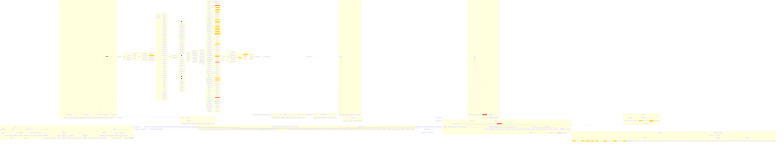
wronai/code2flow keeps this Mermaid diagram as project/flow.png. Above is the earlier version. Its source is kept beside it as project/flow.mmd.
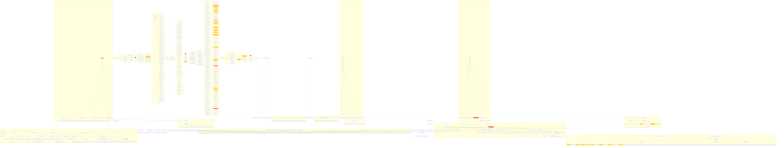
Later version of the same file.

The edit, as a diff of the source:
```diff
@@ -72,6 +72,7 @@
         code2llm___get_function_data_types("_get_function_data_types CC=14")
         code2llm___identify_process_patterns("_identify_process_patterns CC=9")
         code2llm___analyze_optimization_opportunities("_analyze_optimization_opportunities CC=14")
+        code2llm__analysis____getattr__["__getattr__"]
         code2llm__to_dict["to_dict"]
         code2llm____init__["__init__"]
         code2llm__detect["detect"]
@@ -86,7 +87,11 @@
         code2llm___get_entry_type["_get_entry_type"]
         code2llm___get_exit_type["_get_exit_type"]
         code2llm___resolve_callee{{_resolve_callee CC=18}}
-        code2llm__analysis____getattr__["__getattr__"]
+        code2llm____init__["__init__"]
+        code2llm__analyze["analyze"]
+        code2llm___analyze_module_interactions["_analyze_module_interactions"]
+        code2llm___detect_data_leakage["_detect_data_leakage"]
+        code2llm___detect_shared_state["_detect_shared_state"]
         code2llm____init__["__init__"]
         code2llm__enrich_function["enrich_function"]
         code2llm__get_arg_types["get_arg_types"]
@@ -105,11 +110,6 @@
         code2llm___ann_tuple["_ann_tuple"]
         code2llm___ann_binop["_ann_binop"]
         code2llm___infer_from_name{{_infer_from_name CC=17}}
-        code2llm____init__["__init__"]
-        code2llm__analyze["analyze"]
-        code2llm___analyze_module_interactions["_analyze_module_interactions"]
-        code2llm___detect_data_leakage["_detect_data_leakage"]
-        code2llm___detect_shared_state["_detect_shared_state"]
         code2llm____init__["__init__"]
         code2llm__to_dict["to_dict"]
         code2llm____init__["__init__"]
@@ -262,13 +262,6 @@
         code2llm___file_line_count["_file_line_count"]
         code2llm___count_total_lines["_count_total_lines"]
         code2llm___detect_languages["_detect_languages"]
-        code2llm____init__["__init__"]
-        code2llm__export["export"]
-        code2llm__export_grouped("export_grouped CC=8")
-        code2llm__export_data_flow["export_data_flow"]
-        code2llm__export_data_structures["export_data_structures"]
-        code2llm__export_separated["export_separated"]
-        code2llm__export_split["export_split"]
         code2llm__export["export"]
         code2llm___render_subgraphs["_render_subgraphs"]
         code2llm___render_edges("_render_edges CC=8")
@@ -281,14 +274,13 @@
         code2llm___module_of["_module_of"]
         code2llm___resolve["_resolve"]
         code2llm___write["_write"]
-        code2llm__generate["generate"]
-        code2llm___render["_render"]
-        code2llm___render_overview["_render_overview"]
-        code2llm___render_architecture("_render_architecture CC=9")
-        code2llm___render_exports("_render_exports CC=11")
-        code2llm___render_hotspots["_render_hotspots"]
-        code2llm___render_refactoring["_render_refactoring"]
-        code2llm___render_guidelines["_render_guidelines"]
+        code2llm____init__["__init__"]
+        code2llm__export["export"]
+        code2llm__export_grouped("export_grouped CC=8")
+        code2llm__export_data_flow["export_data_flow"]
+        code2llm__export_data_structures["export_data_structures"]
+        code2llm__export_separated["export_separated"]
+        code2llm__export_split["export_split"]
         code2llm__export["export"]
         code2llm___build_project_yaml("_build_project_yaml CC=12")
         code2llm___build_health["_build_health"]
@@ -299,6 +291,14 @@
         code2llm___compute_module_entry["_compute_module_entry"]
         code2llm___compute_inbound_deps["_compute_inbound_deps"]
         code2llm___build_exports["_build_exports"]
+        code2llm___build_class_export("_build_class_export CC=11")
+        code2llm___build_function_exports["_build_function_exports"]
+        code2llm___build_hotspots["_build_hotspots"]
+        code2llm___hotspot_note["_hotspot_note"]
+        code2llm___build_refactoring("_build_refactoring CC=13")
+        code2llm___build_evolution["_build_evolution"]
+        code2llm___load_previous_evolution["_load_previous_evolution"]
+        code2llm__generate["generate"]
     end
     subgraph code2llm_generators
         code2llm__generators__llm_task___strip_bom["_strip_bom"]
@@ -316,6 +316,22 @@
         code2llm__generators__llm_task__dump_yaml["dump_yaml"]
         code2llm__generators__llm_task__create_parser["create_parser"]
         code2llm__generators__llm_task__main["main"]
+        code2llm__validate_mermaid_file["validate_mermaid_file"]
+        code2llm___strip_label_segments["_strip_label_segments"]
+        code2llm___is_balanced_node_line["_is_balanced_node_line"]
+        code2llm___check_bracket_balance["_check_bracket_balance"]
+        code2llm__generators__mermaid___scan_brackets("_scan_brackets CC=10")
+        code2llm__generators__mermaid___check_node_ids("_check_node_ids CC=12")
+        code2llm___sanitize_label_text["_sanitize_label_text"]
+        code2llm__generators__mermaid___sanitize_node_id["_sanitize_node_id"]
+        code2llm__generators__mermaid__fix_mermaid_file["fix_mermaid_file"]
+        code2llm__generators__mermaid___fix_edge_line["_fix_edge_line"]
+        code2llm___fix_edge_label_pipes("_fix_edge_label_pipes CC=8")
+        code2llm__generators__mermaid___fix_subgraph_line["_fix_subgraph_line"]
+        code2llm__generators__mermaid___fix_class_line["_fix_class_line"]
+        code2llm__generators__mermaid__generate_pngs["generate_pngs"]
+        code2llm__generators__mermaid__generate_single_png("generate_single_png CC=13")
+        code2llm__generate_with_puppeteer["generate_with_puppeteer"]
         code2llm__generators__llm_flow___strip_bom["_strip_bom"]
         code2llm__generators__llm_flow___safe_read_yaml["_safe_read_yaml"]
         code2llm__generators__llm_flow___as_dict["_as_dict"]
@@ -340,22 +356,6 @@
         code2llm__generators__llm_flow__dump_yaml["dump_yaml"]
         code2llm__generators__llm_flow__create_parser["create_parser"]
         code2llm__generators__llm_flow__main["main"]
-        code2llm__validate_mermaid_file["validate_mermaid_file"]
-        code2llm___strip_label_segments["_strip_label_segments"]
-        code2llm___is_balanced_node_line["_is_balanced_node_line"]
-        code2llm___check_bracket_balance["_check_bracket_balance"]
-        code2llm__generators__mermaid___scan_brackets("_scan_brackets CC=10")
-        code2llm__generators__mermaid___check_node_ids("_check_node_ids CC=12")
-        code2llm___sanitize_label_text["_sanitize_label_text"]
-        code2llm__generators__mermaid___sanitize_node_id["_sanitize_node_id"]
-        code2llm__generators__mermaid__fix_mermaid_file["fix_mermaid_file"]
-        code2llm__generators__mermaid___fix_edge_line["_fix_edge_line"]
-        code2llm___fix_edge_label_pipes("_fix_edge_label_pipes CC=8")
-        code2llm__generators__mermaid___fix_subgraph_line["_fix_subgraph_line"]
-        code2llm__generators__mermaid___fix_class_line["_fix_class_line"]
-        code2llm__generators__mermaid__generate_pngs["generate_pngs"]
-        code2llm__generators__mermaid__generate_single_png("generate_single_png CC=13")
-        code2llm__generate_with_puppeteer["generate_with_puppeteer"]
     end
     subgraph code2llm_nlp
         code2llm__nlp__config__NLPConfig__from_yaml["from_yaml"]
@@ -375,6 +375,19 @@
         code2llm__step_2c_keyword_match["step_2c_keyword_match"]
         code2llm__step_2d_context_score["step_2d_context_score"]
         code2llm__step_2e_resolve_intents["step_2e_resolve_intents"]
+        code2llm____init__["__init__"]
+        code2llm__normalize["normalize"]
+        code2llm___unicode_normalize["_unicode_normalize"]
+        code2llm___lowercase["_lowercase"]
+        code2llm___remove_punctuation["_remove_punctuation"]
+        code2llm___normalize_whitespace["_normalize_whitespace"]
+        code2llm___remove_stopwords["_remove_stopwords"]
+        code2llm___tokenize["_tokenize"]
+        code2llm__step_1a_lowercase["step_1a_lowercase"]
+        code2llm__step_1b_remove_punctuation["step_1b_remove_punctuation"]
+        code2llm__step_1c_normalize_whitespace["step_1c_normalize_whitespace"]
+        code2llm__step_1d_unicode_normalize["step_1d_unicode_normalize"]
+        code2llm__step_1e_remove_stopwords["step_1e_remove_stopwords"]
         code2llm__get_by_type["get_by_type"]
         code2llm__get_best_match["get_best_match"]
         code2llm____init__["__init__"]
@@ -391,19 +404,6 @@
         code2llm__step_3c_disambiguate["step_3c_disambiguate"]
         code2llm__step_3d_hierarchical_resolve["step_3d_hierarchical_resolve"]
         code2llm__step_3e_alias_resolve["step_3e_alias_resolve"]
-        code2llm____init__["__init__"]
-        code2llm__normalize["normalize"]
-        code2llm___unicode_normalize["_unicode_normalize"]
-        code2llm___lowercase["_lowercase"]
-        code2llm___remove_punctuation["_remove_punctuation"]
-        code2llm___normalize_whitespace["_normalize_whitespace"]
-        code2llm___remove_stopwords["_remove_stopwords"]
-        code2llm___tokenize["_tokenize"]
-        code2llm__step_1a_lowercase["step_1a_lowercase"]
-        code2llm__step_1b_remove_punctuation["step_1b_remove_punctuation"]
-        code2llm__step_1c_normalize_whitespace["step_1c_normalize_whitespace"]
-        code2llm__step_1d_unicode_normalize["step_1d_unicode_normalize"]
-        code2llm__step_1e_remove_stopwords["step_1e_remove_stopwords"]
         code2llm__is_successful["is_successful"]
         code2llm__get_intent["get_intent"]
         code2llm__get_entities["get_entities"]
@@ -532,6 +532,11 @@
         examples___get_user_info["_get_user_info"]
         examples___health_check["_health_check"]
         examples__format_response["format_response"]
+        examples__validate_input["validate_input"]
+        examples__format_output["format_output"]
+        examples__calculate_metrics["calculate_metrics"]
+        examples__filter_data["filter_data"]
+        examples__transform_data["transform_data"]
         examples__demo_quick_strategy["demo_quick_strategy"]
         examples__demo_standard_strategy["demo_standard_strategy"]
         examples__demo_deep_strategy["demo_deep_strategy"]
@@ -539,11 +544,6 @@
         examples__demo_memory_limited["demo_memory_limited"]
         examples__demo_custom_progress["demo_custom_progress"]
         examples__streaming_analyzer__demo__main["main"]
-        examples__validate_input["validate_input"]
-        examples__format_output["format_output"]
-        examples__calculate_metrics["calculate_metrics"]
-        examples__filter_data["filter_data"]
-        examples__transform_data["transform_data"]
         examples____init__["__init__"]
         examples___load_data["_load_data"]
         examples___save_data["_save_data"]
@@ -607,14 +607,6 @@
         validate_toon__validate_toon_completeness["validate_toon_completeness"]
         validate_toon__main{{main CC=17}}
     end
-    benchmarks__benchmark_evolution__run_benchmark --> benchmarks__benchmark_evolution__load_previous
-    benchmarks__benchmark_evolution__run_benchmark --> benchmarks__benchmark_evolution__save_current
-    benchmarks__reporting__print_results --> benchmarks__reporting___print_header
-    benchmarks__reporting__print_results --> benchmarks__reporting___print_scores_table
-    benchmarks__reporting__print_results --> benchmarks__reporting___print_problems_detail
-    benchmarks__reporting__print_results --> benchmarks__reporting___print_pipelines_detail
-    benchmarks__reporting__print_results --> benchmarks__reporting___print_structural_features
-    benchmarks__reporting__print_results --> benchmarks__reporting___print_gap_analysis
     validate_toon__load_file --> code2llm__parsers__toon_parser__is_toon_file
     validate_toon__load_file --> validate_toon__load_yaml
     validate_toon__load_file --> code2llm__parsers__toon_parser__load_toon
@@ -627,10 +619,21 @@
     validate_toon__compare_modules --> validate_toon__extract_modules_from_toon
     validate_toon__main --> validate_toon__load_file
     validate_toon__main --> validate_toon__validate_toon_completeness
-    benchmarks__format_evaluator__evaluate_format --> benchmarks__format_evaluator___detect_problems
-    benchmarks__format_evaluator__evaluate_format --> benchmarks__format_evaluator___detect_pipelines
-    benchmarks__format_evaluator__evaluate_format --> benchmarks__format_evaluator___detect_hub_types
-    benchmarks__format_evaluator__evaluate_format --> benchmarks___check_structural_features
+    benchmarks__benchmark_evolution__run_benchmark --> benchmarks__benchmark_evolution__load_previous
+    benchmarks__benchmark_evolution__run_benchmark --> benchmarks__benchmark_evolution__save_current
+    benchmarks__reporting__print_results --> benchmarks__reporting___print_header
+    benchmarks__reporting__print_results --> benchmarks__reporting___print_scores_table
+    benchmarks__reporting__print_results --> benchmarks__reporting___print_problems_detail
+    benchmarks__reporting__print_results --> benchmarks__reporting___print_pipelines_detail
+    benchmarks__reporting__print_results --> benchmarks__reporting___print_structural_features
+    benchmarks__reporting__print_results --> benchmarks__reporting___print_gap_analysis
+    benchmarks___generate_format_outputs --> benchmarks__format_evaluator__evaluate_format
+    benchmarks__run_benchmark --> benchmarks___print_benchmark_header
+    benchmarks__run_benchmark --> benchmarks__create_ground_truth_project
+    benchmarks__run_benchmark --> benchmarks___print_ground_truth_info
+    benchmarks__run_benchmark --> benchmarks__reporting__print_results
+    benchmarks__run_benchmark --> benchmarks__reporting__build_report
+    benchmarks__run_benchmark --> benchmarks___generate_format_outputs
     benchmarks__create_ground_truth_project --> benchmarks__project_generator__create_core_py
     benchmarks__create_ground_truth_project --> benchmarks__project_generator__create_etl_py
     benchmarks__create_ground_truth_project --> benchmarks__create_validation_py
@@ -648,6 +651,10 @@
     scripts__bump_version__main --> scripts__bump_version__bump_version
     scripts__bump_version__main --> scripts__bump_version__update_pyproject_toml
     scripts__bump_version__main --> scripts__bump_version__update_version_file
+    benchmarks__format_evaluator__evaluate_format --> benchmarks__format_evaluator___detect_problems
+    benchmarks__format_evaluator__evaluate_format --> benchmarks__format_evaluator___detect_pipelines
+    benchmarks__format_evaluator__evaluate_format --> benchmarks__format_evaluator___detect_hub_types
+    benchmarks__format_evaluator__evaluate_format --> benchmarks___check_structural_features
     code2llm__cli_analysis___run_analysis --> code2llm__cli_analysis___run_standard_analysis
     code2llm__cli_analysis___run_analysis --> code2llm__cli_analysis___run_chunked_analysis
     code2llm__cli_analysis___run_analysis --> code2llm__core__large_repo__should_use_chunking
@@ -671,13 +678,6 @@
     code2llm__cli__main --> code2llm__cli_analysis___run_analysis
     code2llm__cli__main --> code2llm__cli_exports__orchestrator___run_exports
     code2llm__cli__main --> code2llm__cli___validate_chunked_output
-    benchmarks___generate_format_outputs --> benchmarks__format_evaluator__evaluate_format
-    benchmarks__run_benchmark --> benchmarks___print_benchmark_header
-    benchmarks__run_benchmark --> benchmarks__create_ground_truth_project
-    benchmarks__run_benchmark --> benchmarks___print_ground_truth_info
-    benchmarks__run_benchmark --> benchmarks__reporting__print_results
-    benchmarks__run_benchmark --> benchmarks__reporting__build_report
-    benchmarks__run_benchmark --> benchmarks___generate_format_outputs
     benchmarks__benchmark_performance__main --> benchmarks__create_test_project
     benchmarks__benchmark_performance__main --> benchmarks__benchmark_original_analyzer
     benchmarks__benchmark_performance__main --> benchmarks__benchmark_streaming_analyzer
@@ -719,6 +719,22 @@
     code2llm__generators__llm_task__main --> code2llm__generators__llm_task__normalize_llm_task
     code2llm__generators__llm_task__main --> code2llm__generators__llm_task__dump_yaml
     code2llm__generators__llm_task__main --> code2llm__generators__llm_task__create_parser
+    code2llm__validate_mermaid_file --> code2llm___check_bracket_balance
+    code2llm__validate_mermaid_file --> code2llm__generators__mermaid___check_node_ids
+    code2llm___check_bracket_balance --> code2llm___is_balanced_node_line
+    code2llm___check_bracket_balance --> code2llm___strip_label_segments
+    code2llm___check_bracket_balance --> code2llm__generators__mermaid___scan_brackets
+    code2llm__generators__mermaid___check_node_ids --> code2llm___is_balanced_node_line
+    code2llm__generators__mermaid__fix_mermaid_file --> code2llm__generators__mermaid___fix_edge_line
+    code2llm__generators__mermaid__fix_mermaid_file --> code2llm__generators__mermaid___fix_subgraph_line
+    code2llm__generators__mermaid__fix_mermaid_file --> code2llm__generators__mermaid___fix_class_line
+    code2llm__generators__mermaid___fix_edge_line --> code2llm___fix_edge_label_pipes
+    code2llm__generators__mermaid___fix_edge_line --> code2llm___sanitize_label_text
+    code2llm__generators__mermaid___fix_edge_line --> code2llm__generators__mermaid___sanitize_node_id
+    code2llm__generators__mermaid__generate_pngs --> code2llm__validate_mermaid_file
+    code2llm__generators__mermaid__generate_pngs --> code2llm__generators__mermaid__generate_single_png
+    code2llm__generators__mermaid__generate_pngs --> code2llm__generators__mermaid__fix_mermaid_file
+    code2llm__generators__mermaid__generate_single_png --> code2llm__generate_with_puppeteer
     code2llm___export_code2logic --> code2llm___check_code2logic_installed
     code2llm___export_code2logic --> code2llm___build_code2logic_cmd
     code2llm___export_code2logic --> code2llm__cli_exports__code2logic___run_code2logic
@@ -745,22 +761,6 @@
     code2llm__generators__llm_flow__main --> code2llm__generators__llm_flow__generate_llm_flow
     code2llm__generators__llm_flow__main --> code2llm__generators__llm_flow__dump_yaml
     code2llm__generators__llm_flow__main --> code2llm__generators__llm_flow__create_parser
-    code2llm__validate_mermaid_file --> code2llm___check_bracket_balance
-    code2llm__validate_mermaid_file --> code2llm__generators__mermaid___check_node_ids
-    code2llm___check_bracket_balance --> code2llm___is_balanced_node_line
-    code2llm___check_bracket_balance --> code2llm___strip_label_segments
-    code2llm___check_bracket_balance --> code2llm__generators__mermaid___scan_brackets
-    code2llm__generators__mermaid___check_node_ids --> code2llm___is_balanced_node_line
-    code2llm__generators__mermaid__fix_mermaid_file --> code2llm__generators__mermaid___fix_edge_line
-    code2llm__generators__mermaid__fix_mermaid_file --> code2llm__generators__mermaid___fix_subgraph_line
-    code2llm__generators__mermaid__fix_mermaid_file --> code2llm__generators__mermaid___fix_class_line
-    code2llm__generators__mermaid___fix_edge_line --> code2llm___fix_edge_label_pipes
-    code2llm__generators__mermaid___fix_edge_line --> code2llm___sanitize_label_text
-    code2llm__generators__mermaid___fix_edge_line --> code2llm__generators__mermaid___sanitize_node_id
-    code2llm__generators__mermaid__generate_pngs --> code2llm__validate_mermaid_file
-    code2llm__generators__mermaid__generate_pngs --> code2llm__generators__mermaid__generate_single_png
-    code2llm__generators__mermaid__generate_pngs --> code2llm__generators__mermaid__fix_mermaid_file
-    code2llm__generators__mermaid__generate_single_png --> code2llm__generate_with_puppeteer
     code2llm__cli_exports__formats___run_report --> code2llm__load_project_yaml
     code2llm___export_simple_formats --> code2llm___export_project_yaml
     code2llm___export_simple_formats --> code2llm__load_project_yaml
@@ -783,10 +783,6 @@
     code2llm___export_chunked_results --> code2llm__cli_exports__formats___export_readme
     code2llm___export_chunked_results --> code2llm___export_code2logic
     code2llm___export_chunked_results --> code2llm___export_chunked_prompt_txt
-    code2llm__parsers__toon_parser__parse_toon_content --> code2llm__parsers__toon_parser___detect_section
-    code2llm__parsers__toon_parser__parse_toon_content --> code2llm__parsers__toon_parser___parse_header_line
-    code2llm__parsers__toon_parser__parse_toon_content --> code2llm__parsers__toon_parser___parse_stats_line
-    code2llm__parsers__toon_parser__load_toon --> code2llm__parsers__toon_parser__parse_toon_content
     code2llm__cli_exports__prompt___export_prompt_txt --> code2llm__cli_exports__prompt___get_prompt_paths
     code2llm__cli_exports__prompt___export_prompt_txt --> code2llm___build_prompt_header
     code2llm__cli_exports__prompt___export_prompt_txt --> code2llm__cli_exports__prompt___get_missing_files
@@ -805,6 +801,10 @@
     code2llm___build_missing_files_section --> code2llm__cli_exports__prompt___get_missing_files
     code2llm___build_prompt_footer --> code2llm___build_dynamic_tasks
     code2llm___build_prompt_footer --> code2llm___build_dynamic_focus_areas
+    code2llm__parsers__toon_parser__parse_toon_content --> code2llm__parsers__toon_parser___detect_section
+    code2llm__parsers__toon_parser__parse_toon_content --> code2llm__parsers__toon_parser___parse_header_line
+    code2llm__parsers__toon_parser__parse_toon_content --> code2llm__parsers__toon_parser___parse_stats_line
+    code2llm__parsers__toon_parser__load_toon --> code2llm__parsers__toon_parser__parse_toon_content
     code2llm___render_module_detail --> code2llm___rel_path
     code2llm__render_layers --> code2llm__exporters__toon__helpers___dup_file_set
     code2llm__compute_all_metrics --> code2llm___scan_line_counts
```
